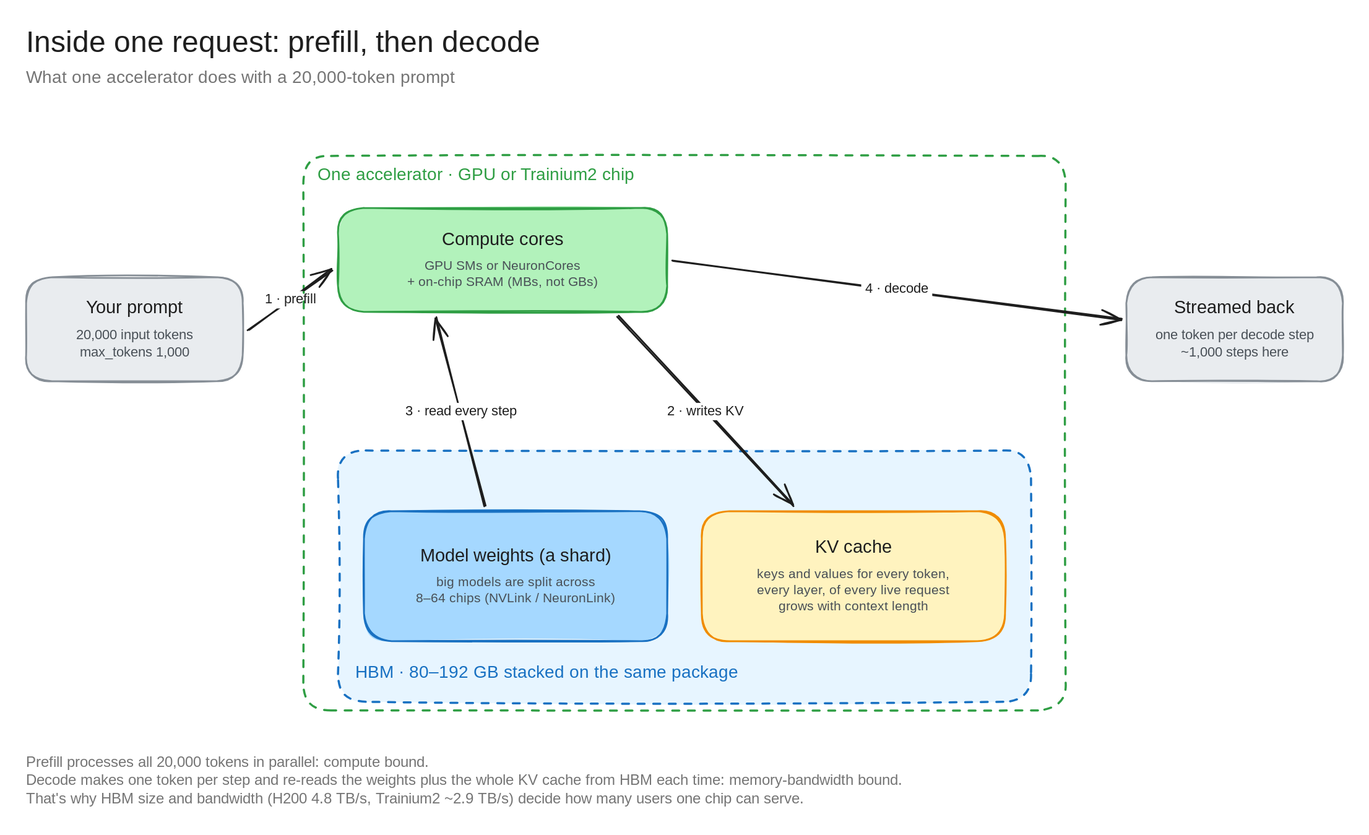
The Excalidraw diagram architecture-diagrams/claude-anz-infra-excalidraw/diagrams/c3-inside-a-request.excalidraw.svg in bsnehanshu/slides, before a commit. Source tidied: one line per element, renumbered; positions are measured from the earlier drawing's top-left corner, leaving out a move shared by most shapes.
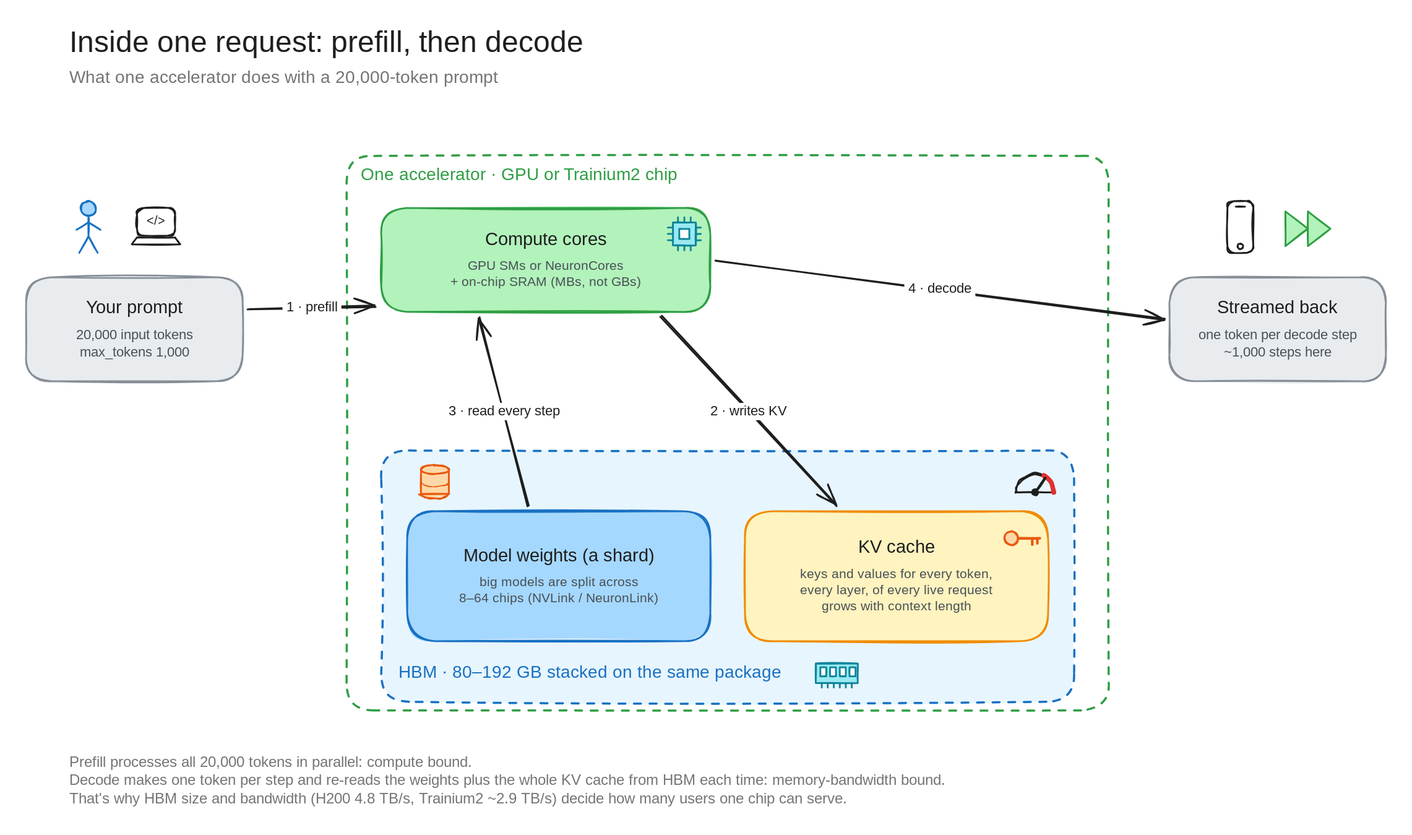
After the change.

Diff of the diagram source:
```diff
@@ -1,8 +1,8 @@
 {"id": 0, "type": "text", "text": "Inside one request: prefill, then decode", "strokeColor": "#1e1e1e", "strokeWidth": 2, "roughness": 1, "fontSize": 34, "fontFamily": 5, "x": 0, "y": 0, "width": 651, "height": 42}
 {"id": 1, "type": "text", "text": "What one accelerator does with a 20,000-token prompt", "strokeColor": "#757575", "strokeWidth": 2, "roughness": 1, "fontSize": 20, "fontFamily": 5, "x": 0, "y": 48, "width": 548, "height": 25}
-{"id": 2, "type": "rectangle", "strokeColor": "#868e96", "backgroundColor": "#e9ecef", "fillStyle": "solid", "strokeWidth": 2, "roughness": 1, "round": true, "x": 0, "y": 290, "width": 250, "height": 120}
+{"id": 2, "type": "rectangle", "strokeColor": "#868e96", "backgroundColor": "#e9ecef", "fillStyle": "solid", "strokeWidth": 2, "roughness": 1, "round": true, "x": -50, "y": 290, "width": 250, "height": 120}
-{"id": 3, "type": "text", "text": "Your prompt", "strokeColor": "#1e1e1e", "strokeWidth": 2, "roughness": 1, "fontSize": 21, "fontFamily": 5, "textAlign": "center", "x": 63, "y": 313, "width": 124, "height": 26}
+{"id": 3, "type": "text", "text": "Your prompt", "strokeColor": "#1e1e1e", "strokeWidth": 2, "roughness": 1, "fontSize": 21, "fontFamily": 5, "textAlign": "center", "x": 13, "y": 313, "width": 124, "height": 26}
-{"id": 4, "type": "text", "text": "20,000 input tokens\nmax_tokens 1,000", "strokeColor": "#495057", "strokeWidth": 2, "roughness": 1, "fontSize": 16, "fontFamily": 5, "textAlign": "center", "x": 43, "y": 347, "width": 164, "height": 40}
+{"id": 4, "type": "text", "text": "20,000 input tokens\nmax_tokens 1,000", "strokeColor": "#495057", "strokeWidth": 2, "roughness": 1, "fontSize": 16, "fontFamily": 5, "textAlign": "center", "x": -7, "y": 347, "width": 164, "height": 40}
 {"id": 5, "type": "rectangle", "strokeColor": "#2f9e44", "strokeWidth": 2, "strokeStyle": "dashed", "roughness": 1, "round": true, "x": 320, "y": 150, "width": 880, "height": 640}
 {"id": 6, "type": "text", "text": "One accelerator · GPU or Trainium2 chip", "strokeColor": "#2f9e44", "strokeWidth": 2, "roughness": 1, "fontSize": 20, "fontFamily": 5, "x": 336, "y": 160, "width": 393, "height": 25}
 {"id": 7, "type": "rectangle", "strokeColor": "#2f9e44", "backgroundColor": "#b2f2bb", "fillStyle": "solid", "strokeWidth": 2, "roughness": 1, "round": true, "x": 360, "y": 210, "width": 380, "height": 120}
@@ -19,12 +19,64 @@
 {"id": 18, "type": "rectangle", "strokeColor": "#868e96", "backgroundColor": "#e9ecef", "fillStyle": "solid", "strokeWidth": 2, "roughness": 1, "round": true, "x": 1270, "y": 290, "width": 250, "height": 120}
 {"id": 19, "type": "text", "text": "Streamed back", "strokeColor": "#1e1e1e", "strokeWidth": 2, "roughness": 1, "fontSize": 21, "fontFamily": 5, "textAlign": "center", "x": 1320, "y": 313, "width": 151, "height": 26}
 {"id": 20, "type": "text", "text": "one token per decode step\n~1,000 steps here", "strokeColor": "#495057", "strokeWidth": 2, "roughness": 1, "fontSize": 16, "fontFamily": 5, "textAlign": "center", "x": 1290, "y": 347, "width": 211, "height": 40}
-{"id": 21, "type": "arrow", "strokeColor": "#1e1e1e", "strokeWidth": 2, "roughness": 1, "endArrowhead": "arrow", "round": true, "from": 2, "to": 7, "x": 256, "y": 350, "width": 98, "height": 68, "points": [[0, 0], [98, -68]]}
+{"id": 21, "type": "arrow", "strokeColor": "#1e1e1e", "strokeWidth": 2, "roughness": 1, "endArrowhead": "arrow", "round": true, "from": 2, "to": 7, "x": 206, "y": 326, "width": 148, "height": 2, "points": [[0, 0], [148, -2]]}
-{"id": 22, "type": "text", "text": "1 · prefill", "strokeColor": "#1e1e1e", "strokeWidth": 2, "roughness": 1, "fontSize": 16, "fontFamily": 5, "textAlign": "center", "verticalAlign": "middle", "inside": 21, "x": 271, "y": 306, "width": 68, "height": 20}
+{"id": 22, "type": "text", "text": "1 · prefill", "strokeColor": "#1e1e1e", "strokeWidth": 2, "roughness": 1, "fontSize": 16, "fontFamily": 5, "textAlign": "center", "verticalAlign": "middle", "inside": 21, "x": 246, "y": 315, "width": 68, "height": 20}
 {"id": 23, "type": "arrow", "strokeColor": "#1e1e1e", "strokeWidth": 2, "roughness": 1, "endArrowhead": "arrow", "round": true, "from": 7, "to": 15, "x": 683, "y": 336, "width": 202, "height": 218, "points": [[0, 0], [202, 218]]}
 {"id": 24, "type": "text", "text": "2 · writes KV", "strokeColor": "#1e1e1e", "strokeWidth": 2, "roughness": 1, "fontSize": 16, "fontFamily": 5, "textAlign": "center", "verticalAlign": "middle", "inside": 23, "x": 702, "y": 402, "width": 103, "height": 20}
 {"id": 25, "type": "arrow", "strokeColor": "#1e1e1e", "strokeWidth": 2, "roughness": 1, "endArrowhead": "arrow", "round": true, "from": 12, "to": 7, "x": 530, "y": 554, "width": 56, "height": 218, "points": [[0, 0], [-56, -218]]}
 {"id": 26, "type": "text", "text": "3 · read every step", "strokeColor": "#1e1e1e", "strokeWidth": 2, "roughness": 1, "fontSize": 16, "fontFamily": 5, "textAlign": "center", "verticalAlign": "middle", "inside": 25, "x": 419, "y": 402, "width": 150, "height": 20}
 {"id": 27, "type": "arrow", "strokeColor": "#1e1e1e", "strokeWidth": 2, "roughness": 1, "endArrowhead": "arrow", "round": true, "from": 7, "to": 18, "x": 746, "y": 270, "width": 518, "height": 68, "points": [[0, 0], [518, 68]]}
 {"id": 28, "type": "text", "text": "4 · decode", "strokeColor": "#1e1e1e", "strokeWidth": 2, "roughness": 1, "fontSize": 16, "fontFamily": 5, "textAlign": "center", "verticalAlign": "middle", "inside": 27, "x": 964, "y": 294, "width": 82, "height": 20}
+{"id": 30, "type": "ellipse", "strokeColor": "#1971c2", "backgroundColor": "#a5d8ff", "fillStyle": "solid", "strokeWidth": 2, "roughness": 1, "round": true, "x": 13, "y": 202, "width": 17, "height": 17}
+{"id": 31, "type": "line", "strokeColor": "#1971c2", "strokeWidth": 2, "roughness": 1, "x": 22, "y": 219, "width": 0, "height": 23, "points": [[0, 0], [0, 23]]}
+{"id": 32, "type": "line", "strokeColor": "#1971c2", "strokeWidth": 2, "roughness": 1, "x": 8, "y": 235, "width": 28, "height": 9, "points": [[0, 0], [14, -9], [28, 0]]}
+{"id": 33, "type": "line", "strokeColor": "#1971c2", "strokeWidth": 2, "roughness": 1, "x": 11, "y": 262, "width": 21, "height": 19, "points": [[0, 0], [11, -19], [21, 0]]}
+{"id": 34, "type": "rectangle", "strokeColor": "#1e1e1e", "backgroundColor": "#ffffff", "fillStyle": "solid", "strokeWidth": 2, "roughness": 1, "round": true, "x": 78, "y": 210, "width": 44, "height": 32}
+{"id": 35, "type": "line", "strokeColor": "#1e1e1e", "backgroundColor": "#ffffff", "fillStyle": "solid", "strokeWidth": 2, "roughness": 1, "x": 72, "y": 252, "width": 56, "height": 8, "points": [[0, 0], [6, -8], [50, -8], [56, 0], [0, 0]]}
+{"id": 36, "type": "text", "text": "</>", "strokeColor": "#1e1e1e", "strokeWidth": 2, "roughness": 1, "fontSize": 14, "fontFamily": 5, "textAlign": "center", "x": 87, "y": 217, "width": 26, "height": 18}
+{"id": 37, "type": "line", "strokeColor": "#0c8599", "strokeWidth": 2, "roughness": 1, "x": 703, "y": 221, "width": 0, "height": 6, "points": [[0, 0], [0, 6]]}
+{"id": 38, "type": "line", "strokeColor": "#0c8599", "strokeWidth": 2, "roughness": 1, "x": 703, "y": 253, "width": 0, "height": 6, "points": [[0, 0], [0, 6]]}
+{"id": 39, "type": "line", "strokeColor": "#0c8599", "strokeWidth": 2, "roughness": 1, "x": 691, "y": 233, "width": 6, "height": 0, "points": [[0, 0], [6, 0]]}
+{"id": 40, "type": "line", "strokeColor": "#0c8599", "strokeWidth": 2, "roughness": 1, "x": 723, "y": 233, "width": 6, "height": 0, "points": [[0, 0], [6, 0]]}
+{"id": 41, "type": "line", "strokeColor": "#0c8599", "strokeWidth": 2, "roughness": 1, "x": 710, "y": 221, "width": 0, "height": 6, "points": [[0, 0], [0, 6]]}
+{"id": 42, "type": "line", "strokeColor": "#0c8599", "strokeWidth": 2, "roughness": 1, "x": 710, "y": 253, "width": 0, "height": 6, "points": [[0, 0], [0, 6]]}
+{"id": 43, "type": "line", "strokeColor": "#0c8599", "strokeWidth": 2, "roughness": 1, "x": 691, "y": 240, "width": 6, "height": 0, "points": [[0, 0], [6, 0]]}
+{"id": 44, "type": "line", "strokeColor": "#0c8599", "strokeWidth": 2, "roughness": 1, "x": 723, "y": 240, "width": 6, "height": 0, "points": [[0, 0], [6, 0]]}
+{"id": 45, "type": "line", "strokeColor": "#0c8599", "strokeWidth": 2, "roughness": 1, "x": 717, "y": 221, "width": 0, "height": 6, "points": [[0, 0], [0, 6]]}
+{"id": 46, "type": "line", "strokeColor": "#0c8599", "strokeWidth": 2, "roughness": 1, "x": 717, "y": 253, "width": 0, "height": 6, "points": [[0, 0], [0, 6]]}
+{"id": 47, "type": "line", "strokeColor": "#0c8599", "strokeWidth": 2, "roughness": 1, "x": 691, "y": 247, "width": 6, "height": 0, "points": [[0, 0], [6, 0]]}
+{"id": 48, "type": "line", "strokeColor": "#0c8599", "strokeWidth": 2, "roughness": 1, "x": 723, "y": 247, "width": 6, "height": 0, "points": [[0, 0], [6, 0]]}
+{"id": 49, "type": "rectangle", "strokeColor": "#0c8599", "backgroundColor": "#99e9f2", "fillStyle": "solid", "strokeWidth": 2, "roughness": 1, "x": 697, "y": 227, "width": 26, "height": 26}
+{"id": 50, "type": "rectangle", "strokeColor": "#0c8599", "backgroundColor": "#ffffff", "fillStyle": "solid", "strokeWidth": 2, "roughness": 1, "x": 704, "y": 234, "width": 12, "height": 12}
+{"id": 51, "type": "rectangle", "strokeColor": "#0c8599", "backgroundColor": "#99e9f2", "fillStyle": "solid", "strokeWidth": 2, "roughness": 1, "x": 862, "y": 736, "width": 49, "height": 23}
+{"id": 52, "type": "rectangle", "strokeColor": "#0c8599", "backgroundColor": "#ffffff", "fillStyle": "solid", "strokeWidth": 2, "roughness": 1, "x": 867, "y": 740, "width": 7, "height": 10}
+{"id": 53, "type": "rectangle", "strokeColor": "#0c8599", "backgroundColor": "#ffffff", "fillStyle": "solid", "strokeWidth": 2, "roughness": 1, "x": 878, "y": 740, "width": 7, "height": 10}
+{"id": 54, "type": "rectangle", "strokeColor": "#0c8599", "backgroundColor": "#ffffff", "fillStyle": "solid", "strokeWidth": 2, "roughness": 1, "x": 889, "y": 740, "width": 7, "height": 10}
+{"id": 55, "type": "rectangle", "strokeColor": "#0c8599", "backgroundColor": "#ffffff", "fillStyle": "solid", "strokeWidth": 2, "roughness": 1, "x": 901, "y": 740, "width": 7, "height": 10}
+{"id": 56, "type": "line", "strokeColor": "#0c8599", "strokeWidth": 2, "roughness": 1, "x": 869, "y": 758, "width": 0, "height": 5, "points": [[0, 0], [0, 5]]}
+{"id": 57, "type": "line", "strokeColor": "#0c8599", "strokeWidth": 2, "roughness": 1, "x": 876, "y": 758, "width": 0, "height": 5, "points": [[0, 0], [0, 5]]}
+{"id": 58, "type": "line", "strokeColor": "#0c8599", "strokeWidth": 2, "roughness": 1, "x": 883, "y": 758, "width": 0, "height": 5, "points": [[0, 0], [0, 5]]}
+{"id": 59, "type": "line", "strokeColor": "#0c8599", "strokeWidth": 2, "roughness": 1, "x": 889, "y": 758, "width": 0, "height": 5, "points": [[0, 0], [0, 5]]}
+{"id": 60, "type": "line", "strokeColor": "#0c8599", "strokeWidth": 2, "roughness": 1, "x": 896, "y": 758, "width": 0, "height": 5, "points": [[0, 0], [0, 5]]}
+{"id": 61, "type": "line", "strokeColor": "#0c8599", "strokeWidth": 2, "roughness": 1, "x": 903, "y": 758, "width": 0, "height": 5, "points": [[0, 0], [0, 5]]}
+{"id": 62, "type": "line", "strokeColor": "#1e1e1e", "strokeWidth": 2, "roughness": 1, "round": true, "x": 1093, "y": 538, "width": 43, "height": 22, "points": [[0, 0], [1, -7], [4, -13], [9, -18], [15, -21], [22, -22], [28, -21], [34, -18], [39, -13], [42, -7], [43, 0]]}
+{"id": 63, "type": "line", "strokeColor": "#1e1e1e", "strokeWidth": 2, "roughness": 1, "x": 1093, "y": 538, "width": 43, "height": 0, "points": [[0, 0], [43, 0]]}
+{"id": 64, "type": "line", "strokeColor": "#e03131", "strokeWidth": 5, "roughness": 1, "round": true, "x": 1125, "y": 519, "width": 12, "height": 19, "points": [[0, 0], [5, 3], [9, 8], [11, 13], [12, 19]]}
+{"id": 65, "type": "line", "strokeColor": "#1e1e1e", "strokeWidth": 3, "roughness": 1, "x": 1115, "y": 538, "width": 12, "height": 17, "points": [[0, 0], [12, -17]]}
+{"id": 66, "type": "ellipse", "strokeColor": "#1e1e1e", "backgroundColor": "#1e1e1e", "fillStyle": "solid", "strokeWidth": 2, "roughness": 1, "round": true, "x": 1112, "y": 535, "width": 7, "height": 7}
+{"id": 67, "type": "rectangle", "strokeColor": "transparent", "backgroundColor": "#ffd8a8", "fillStyle": "solid", "strokeWidth": 2, "roughness": 1, "x": 406, "y": 512, "width": 32, "height": 29}
+{"id": 68, "type": "line", "strokeColor": "#e8590c", "strokeWidth": 2, "roughness": 1, "x": 406, "y": 512, "width": 0, "height": 28, "points": [[0, 0], [0, 28]]}
+{"id": 69, "type": "line", "strokeColor": "#e8590c", "strokeWidth": 2, "roughness": 1, "x": 438, "y": 512, "width": 0, "height": 28, "points": [[0, 0], [0, 28]]}
+{"id": 70, "type": "line", "strokeColor": "#e8590c", "backgroundColor": "#ffd8a8", "fillStyle": "solid", "strokeWidth": 2, "roughness": 1, "round": true, "x": 438, "y": 540, "width": 32, "height": 6, "points": [[0, 0], [-1, 2], [-5, 4], [-10, 5], [-16, 6], [-22, 5], [-28, 4], [-31, 2], [-32, 0], [0, 0]]}
+{"id": 71, "type": "line", "strokeColor": "#e8590c", "strokeWidth": 1, "roughness": 1, "round": true, "x": 438, "y": 526, "width": 32, "height": 6, "points": [[0, 0], [-1, 2], [-5, 4], [-10, 5], [-16, 6], [-22, 5], [-28, 4], [-31, 2], [-32, 0]]}
+{"id": 72, "type": "ellipse", "strokeColor": "#e8590c", "backgroundColor": "#ffd8a8", "fillStyle": "solid", "strokeWidth": 2, "roughness": 1, "round": true, "x": 406, "y": 507, "width": 32, "height": 10}
+{"id": 73, "type": "ellipse", "strokeColor": "#e8590c", "backgroundColor": "#ffd8a8", "fillStyle": "solid", "strokeWidth": 2, "roughness": 1, "round": true, "x": 1079, "y": 583, "width": 16, "height": 16}
+{"id": 74, "type": "line", "strokeColor": "#e8590c", "strokeWidth": 3, "roughness": 1, "x": 1096, "y": 591, "width": 25, "height": 0, "points": [[0, 0], [25, 0]]}
+{"id": 75, "type": "line", "strokeColor": "#e8590c", "strokeWidth": 3, "roughness": 1, "x": 1112, "y": 591, "width": 0, "height": 7, "points": [[0, 0], [0, 7]]}
+{"id": 76, "type": "line", "strokeColor": "#e8590c", "strokeWidth": 3, "roughness": 1, "x": 1118, "y": 591, "width": 0, "height": 6, "points": [[0, 0], [0, 6]]}
+{"id": 77, "type": "rectangle", "strokeColor": "#1e1e1e", "backgroundColor": "#ffffff", "fillStyle": "solid", "strokeWidth": 2, "roughness": 1, "round": true, "x": 1337, "y": 202, "width": 30, "height": 60}
+{"id": 78, "type": "ellipse", "strokeColor": "#1e1e1e", "backgroundColor": "#ffffff", "fillStyle": "solid", "strokeWidth": 2, "roughness": 1, "round": true, "x": 1349, "y": 251, "width": 6, "height": 6}
+{"id": 79, "type": "line", "strokeColor": "#1e1e1e", "strokeWidth": 2, "roughness": 1, "x": 1347, "y": 209, "width": 11, "height": 0, "points": [[0, 0], [11, 0]]}
+{"id": 80, "type": "line", "strokeColor": "#2f9e44", "backgroundColor": "#b2f2bb", "fillStyle": "solid", "strokeWidth": 2, "roughness": 1, "x": 1404, "y": 214, "width": 26, "height": 40, "points": [[0, 0], [26, 20], [0, 40], [0, 0]]}
+{"id": 81, "type": "line", "strokeColor": "#2f9e44", "backgroundColor": "#b2f2bb", "fillStyle": "solid", "strokeWidth": 2, "roughness": 1, "x": 1430, "y": 214, "width": 26, "height": 40, "points": [[0, 0], [26, 20], [0, 40], [0, 0]]}
 {"id": 29, "type": "text", "text": "Prefill processes all 20,000 tokens in parallel: compute bound.\nDecode makes one token per step and re-reads the weights plus the whole KV cache from HBM each time: memory-bandwidth bound.\nThat's why HBM size and bandwidth (H200 4.8 TB/s, Trainium2 ~2.9 TB/s) decide how many users one chip can serve.", "strokeColor": "#757575", "strokeWidth": 2, "roughness": 1, "fontSize": 17, "fontFamily": 5, "x": 0, "y": 840, "width": 1093, "height": 64}
```
